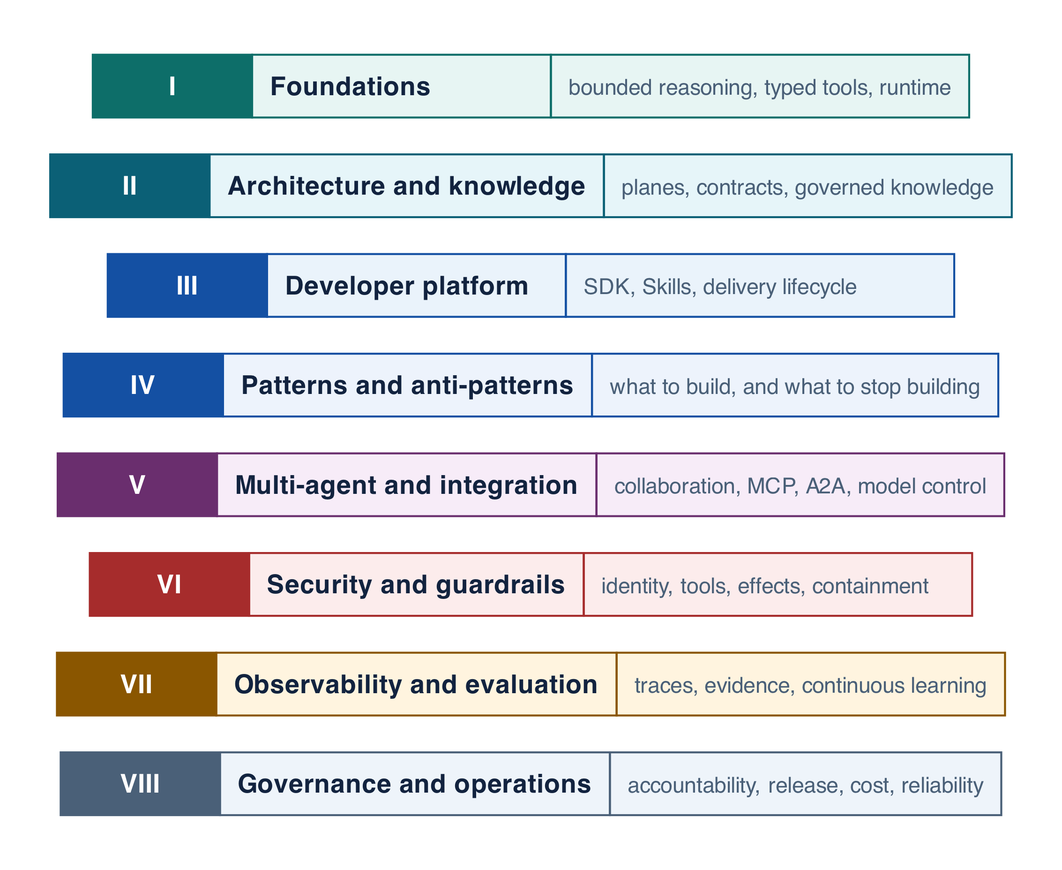
This is assets/diagrams/book-map.png from rrahimi-uci/building-enterprise-general-intelligence, a Graphviz export, as it was before one commit. Its source is kept beside it as assets/diagrams/src/book-map.gv. The source it was exported from:
```dot
digraph book_map {
  rankdir = TB
  graph [ranksep=0.20]
  node [shape=plaintext, style="", margin=0]
  edge [style=invis]

  p1 [label=<<TABLE BORDER="0" CELLBORDER="1" CELLSPACING="0" CELLPADDING="8" COLOR="#0D6E69" BGCOLOR="#E7F5F3">
     <TR><TD WIDTH="80" BGCOLOR="#0D6E69" ALIGN="CENTER"><FONT COLOR="white"><B>I</B></FONT></TD>
         <TD WIDTH="150" ALIGN="LEFT"><B>Foundations</B></TD>
         <TD WIDTH="195" ALIGN="LEFT"><FONT POINT-SIZE="11" COLOR="#4A6078">bounded reasoning, typed tools, runtime</FONT></TD></TR></TABLE>>]
  p2 [label=<<TABLE BORDER="0" CELLBORDER="1" CELLSPACING="0" CELLPADDING="8" COLOR="#0B6076" BGCOLOR="#E6F5F9">
     <TR><TD WIDTH="80" BGCOLOR="#0B6076" ALIGN="CENTER"><FONT COLOR="white"><B>II</B></FONT></TD>
         <TD WIDTH="150" ALIGN="LEFT"><B>Architecture and knowledge</B></TD>
         <TD WIDTH="195" ALIGN="LEFT"><FONT POINT-SIZE="11" COLOR="#4A6078">planes, contracts, governed knowledge</FONT></TD></TR></TABLE>>]
  p3 [label=<<TABLE BORDER="0" CELLBORDER="1" CELLSPACING="0" CELLPADDING="8" COLOR="#1450A3" BGCOLOR="#EAF3FB">
     <TR><TD WIDTH="80" BGCOLOR="#1450A3" ALIGN="CENTER"><FONT COLOR="white"><B>III</B></FONT></TD>
         <TD WIDTH="150" ALIGN="LEFT"><B>Developer platform</B></TD>
         <TD WIDTH="195" ALIGN="LEFT"><FONT POINT-SIZE="11" COLOR="#4A6078">SDK, Skills, delivery lifecycle</FONT></TD></TR></TABLE>>]
  p4 [label=<<TABLE BORDER="0" CELLBORDER="1" CELLSPACING="0" CELLPADDING="8" COLOR="#1450A3" BGCOLOR="#EDF3FC">
     <TR><TD WIDTH="80" BGCOLOR="#1450A3" ALIGN="CENTER"><FONT COLOR="white"><B>IV</B></FONT></TD>
         <TD WIDTH="150" ALIGN="LEFT"><B>Patterns and anti-patterns</B></TD>
         <TD WIDTH="195" ALIGN="LEFT"><FONT POINT-SIZE="11" COLOR="#4A6078">what to build, and what to stop building</FONT></TD></TR></TABLE>>]
  p5 [label=<<TABLE BORDER="0" CELLBORDER="1" CELLSPACING="0" CELLPADDING="8" COLOR="#6A2E6E" BGCOLOR="#F7ECF8">
     <TR><TD WIDTH="80" BGCOLOR="#6A2E6E" ALIGN="CENTER"><FONT COLOR="white"><B>V</B></FONT></TD>
         <TD WIDTH="150" ALIGN="LEFT"><B>Multi-agent and integration</B></TD>
         <TD WIDTH="195" ALIGN="LEFT"><FONT POINT-SIZE="11" COLOR="#4A6078">collaboration, MCP, A2A, model control</FONT></TD></TR></TABLE>>]
  p6 [label=<<TABLE BORDER="0" CELLBORDER="1" CELLSPACING="0" CELLPADDING="8" COLOR="#A62C2C" BGCOLOR="#FCECEC">
     <TR><TD WIDTH="80" BGCOLOR="#A62C2C" ALIGN="CENTER"><FONT COLOR="white"><B>VI</B></FONT></TD>
         <TD WIDTH="150" ALIGN="LEFT"><B>Security and guardrails</B></TD>
         <TD WIDTH="195" ALIGN="LEFT"><FONT POINT-SIZE="11" COLOR="#4A6078">identity, tools, effects, containment</FONT></TD></TR></TABLE>>]
  p7 [label=<<TABLE BORDER="0" CELLBORDER="1" CELLSPACING="0" CELLPADDING="8" COLOR="#8A5600" BGCOLOR="#FFF4DF">
     <TR><TD WIDTH="80" BGCOLOR="#8A5600" ALIGN="CENTER"><FONT COLOR="white"><B>VII</B></FONT></TD>
         <TD WIDTH="150" ALIGN="LEFT"><B>Observability and evaluation</B></TD>
         <TD WIDTH="195" ALIGN="LEFT"><FONT POINT-SIZE="11" COLOR="#4A6078">traces, evidence, continuous learning</FONT></TD></TR></TABLE>>]
  p8 [label=<<TABLE BORDER="0" CELLBORDER="1" CELLSPACING="0" CELLPADDING="8" COLOR="#4A6078" BGCOLOR="#EEF4FA">
     <TR><TD WIDTH="80" BGCOLOR="#4A6078" ALIGN="CENTER"><FONT COLOR="white"><B>VIII</B></FONT></TD>
         <TD WIDTH="150" ALIGN="LEFT"><B>Governance and operations</B></TD>
         <TD WIDTH="195" ALIGN="LEFT"><FONT POINT-SIZE="11" COLOR="#4A6078">accountability, release, cost, reliability</FONT></TD></TR></TABLE>>]
  p1 -> p2 -> p3 -> p4 -> p5 -> p6 -> p7 -> p8
}
```
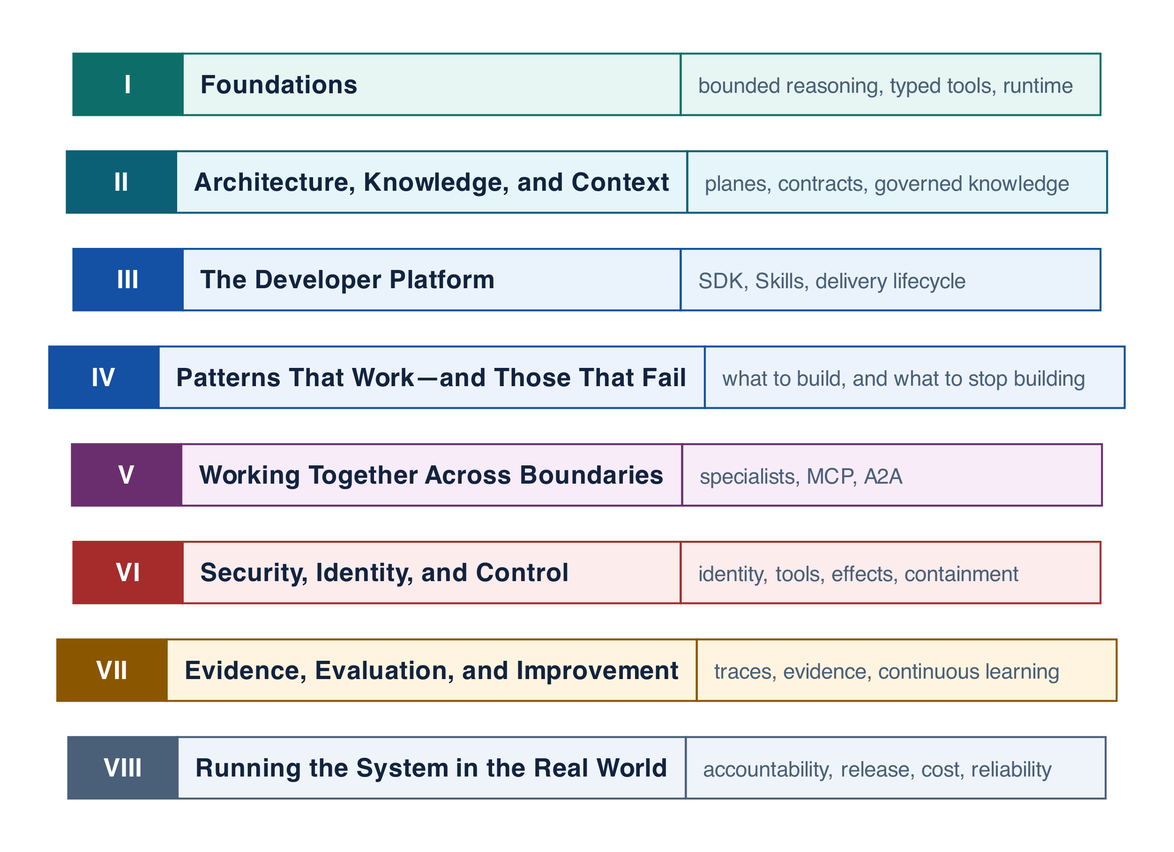
The same diagram one commit later.

Change to the diagram source:
```diff
@@ -5,36 +5,36 @@
   edge [style=invis]
 
   p1 [label=<<TABLE BORDER="0" CELLBORDER="1" CELLSPACING="0" CELLPADDING="8" COLOR="#0D6E69" BGCOLOR="#E7F5F3">
-     <TR><TD WIDTH="80" BGCOLOR="#0D6E69" ALIGN="CENTER"><FONT COLOR="white"><B>I</B></FONT></TD>
-         <TD WIDTH="150" ALIGN="LEFT"><B>Foundations</B></TD>
-         <TD WIDTH="195" ALIGN="LEFT"><FONT POINT-SIZE="11" COLOR="#4A6078">bounded reasoning, typed tools, runtime</FONT></TD></TR></TABLE>>]
+     <TR><TD WIDTH="56" BGCOLOR="#0D6E69" ALIGN="CENTER"><FONT COLOR="white"><B>I</B></FONT></TD>
+         <TD WIDTH="255" ALIGN="LEFT"><B>Foundations</B></TD>
+         <TD WIDTH="215" ALIGN="LEFT"><FONT POINT-SIZE="11" COLOR="#4A6078">bounded reasoning, typed tools, runtime</FONT></TD></TR></TABLE>>]
   p2 [label=<<TABLE BORDER="0" CELLBORDER="1" CELLSPACING="0" CELLPADDING="8" COLOR="#0B6076" BGCOLOR="#E6F5F9">
-     <TR><TD WIDTH="80" BGCOLOR="#0B6076" ALIGN="CENTER"><FONT COLOR="white"><B>II</B></FONT></TD>
-         <TD WIDTH="150" ALIGN="LEFT"><B>Architecture and knowledge</B></TD>
-         <TD WIDTH="195" ALIGN="LEFT"><FONT POINT-SIZE="11" COLOR="#4A6078">planes, contracts, governed knowledge</FONT></TD></TR></TABLE>>]
+     <TR><TD WIDTH="56" BGCOLOR="#0B6076" ALIGN="CENTER"><FONT COLOR="white"><B>II</B></FONT></TD>
+         <TD WIDTH="255" ALIGN="LEFT"><B>Architecture, Knowledge, and Context</B></TD>
+         <TD WIDTH="215" ALIGN="LEFT"><FONT POINT-SIZE="11" COLOR="#4A6078">planes, contracts, governed knowledge</FONT></TD></TR></TABLE>>]
   p3 [label=<<TABLE BORDER="0" CELLBORDER="1" CELLSPACING="0" CELLPADDING="8" COLOR="#1450A3" BGCOLOR="#EAF3FB">
-     <TR><TD WIDTH="80" BGCOLOR="#1450A3" ALIGN="CENTER"><FONT COLOR="white"><B>III</B></FONT></TD>
-         <TD WIDTH="150" ALIGN="LEFT"><B>Developer platform</B></TD>
-         <TD WIDTH="195" ALIGN="LEFT"><FONT POINT-SIZE="11" COLOR="#4A6078">SDK, Skills, delivery lifecycle</FONT></TD></TR></TABLE>>]
+     <TR><TD WIDTH="56" BGCOLOR="#1450A3" ALIGN="CENTER"><FONT COLOR="white"><B>III</B></FONT></TD>
+         <TD WIDTH="255" ALIGN="LEFT"><B>The Developer Platform</B></TD>
+         <TD WIDTH="215" ALIGN="LEFT"><FONT POINT-SIZE="11" COLOR="#4A6078">SDK, Skills, delivery lifecycle</FONT></TD></TR></TABLE>>]
   p4 [label=<<TABLE BORDER="0" CELLBORDER="1" CELLSPACING="0" CELLPADDING="8" COLOR="#1450A3" BGCOLOR="#EDF3FC">
-     <TR><TD WIDTH="80" BGCOLOR="#1450A3" ALIGN="CENTER"><FONT COLOR="white"><B>IV</B></FONT></TD>
-         <TD WIDTH="150" ALIGN="LEFT"><B>Patterns and anti-patterns</B></TD>
-         <TD WIDTH="195" ALIGN="LEFT"><FONT POINT-SIZE="11" COLOR="#4A6078">what to build, and what to stop building</FONT></TD></TR></TABLE>>]
+     <TR><TD WIDTH="56" BGCOLOR="#1450A3" ALIGN="CENTER"><FONT COLOR="white"><B>IV</B></FONT></TD>
+         <TD WIDTH="255" ALIGN="LEFT"><B>Patterns That Work—and Those That Fail</B></TD>
+         <TD WIDTH="215" ALIGN="LEFT"><FONT POINT-SIZE="11" COLOR="#4A6078">what to build, and what to stop building</FONT></TD></TR></TABLE>>]
   p5 [label=<<TABLE BORDER="0" CELLBORDER="1" CELLSPACING="0" CELLPADDING="8" COLOR="#6A2E6E" BGCOLOR="#F7ECF8">
-     <TR><TD WIDTH="80" BGCOLOR="#6A2E6E" ALIGN="CENTER"><FONT COLOR="white"><B>V</B></FONT></TD>
-         <TD WIDTH="150" ALIGN="LEFT"><B>Multi-agent and integration</B></TD>
-         <TD WIDTH="195" ALIGN="LEFT"><FONT POINT-SIZE="11" COLOR="#4A6078">collaboration, MCP, A2A, model control</FONT></TD></TR></TABLE>>]
+     <TR><TD WIDTH="56" BGCOLOR="#6A2E6E" ALIGN="CENTER"><FONT COLOR="white"><B>V</B></FONT></TD>
+         <TD WIDTH="255" ALIGN="LEFT"><B>Working Together Across Boundaries</B></TD>
+         <TD WIDTH="215" ALIGN="LEFT"><FONT POINT-SIZE="11" COLOR="#4A6078">specialists, MCP, A2A</FONT></TD></TR></TABLE>>]
   p6 [label=<<TABLE BORDER="0" CELLBORDER="1" CELLSPACING="0" CELLPADDING="8" COLOR="#A62C2C" BGCOLOR="#FCECEC">
-     <TR><TD WIDTH="80" BGCOLOR="#A62C2C" ALIGN="CENTER"><FONT COLOR="white"><B>VI</B></FONT></TD>
-         <TD WIDTH="150" ALIGN="LEFT"><B>Security and guardrails</B></TD>
-         <TD WIDTH="195" ALIGN="LEFT"><FONT POINT-SIZE="11" COLOR="#4A6078">identity, tools, effects, containment</FONT></TD></TR></TABLE>>]
+     <TR><TD WIDTH="56" BGCOLOR="#A62C2C" ALIGN="CENTER"><FONT COLOR="white"><B>VI</B></FONT></TD>
+         <TD WIDTH="255" ALIGN="LEFT"><B>Security, Identity, and Control</B></TD>
+         <TD WIDTH="215" ALIGN="LEFT"><FONT POINT-SIZE="11" COLOR="#4A6078">identity, tools, effects, containment</FONT></TD></TR></TABLE>>]
   p7 [label=<<TABLE BORDER="0" CELLBORDER="1" CELLSPACING="0" CELLPADDING="8" COLOR="#8A5600" BGCOLOR="#FFF4DF">
-     <TR><TD WIDTH="80" BGCOLOR="#8A5600" ALIGN="CENTER"><FONT COLOR="white"><B>VII</B></FONT></TD>
-         <TD WIDTH="150" ALIGN="LEFT"><B>Observability and evaluation</B></TD>
-         <TD WIDTH="195" ALIGN="LEFT"><FONT POINT-SIZE="11" COLOR="#4A6078">traces, evidence, continuous learning</FONT></TD></TR></TABLE>>]
+     <TR><TD WIDTH="56" BGCOLOR="#8A5600" ALIGN="CENTER"><FONT COLOR="white"><B>VII</B></FONT></TD>
+         <TD WIDTH="255" ALIGN="LEFT"><B>Evidence, Evaluation, and Improvement</B></TD>
+         <TD WIDTH="215" ALIGN="LEFT"><FONT POINT-SIZE="11" COLOR="#4A6078">traces, evidence, continuous learning</FONT></TD></TR></TABLE>>]
   p8 [label=<<TABLE BORDER="0" CELLBORDER="1" CELLSPACING="0" CELLPADDING="8" COLOR="#4A6078" BGCOLOR="#EEF4FA">
-     <TR><TD WIDTH="80" BGCOLOR="#4A6078" ALIGN="CENTER"><FONT COLOR="white"><B>VIII</B></FONT></TD>
-         <TD WIDTH="150" ALIGN="LEFT"><B>Governance and operations</B></TD>
-         <TD WIDTH="195" ALIGN="LEFT"><FONT POINT-SIZE="11" COLOR="#4A6078">accountability, release, cost, reliability</FONT></TD></TR></TABLE>>]
+     <TR><TD WIDTH="56" BGCOLOR="#4A6078" ALIGN="CENTER"><FONT COLOR="white"><B>VIII</B></FONT></TD>
+         <TD WIDTH="255" ALIGN="LEFT"><B>Running the System in the Real World</B></TD>
+         <TD WIDTH="215" ALIGN="LEFT"><FONT POINT-SIZE="11" COLOR="#4A6078">accountability, release, cost, reliability</FONT></TD></TR></TABLE>>]
   p1 -> p2 -> p3 -> p4 -> p5 -> p6 -> p7 -> p8
 }
```
